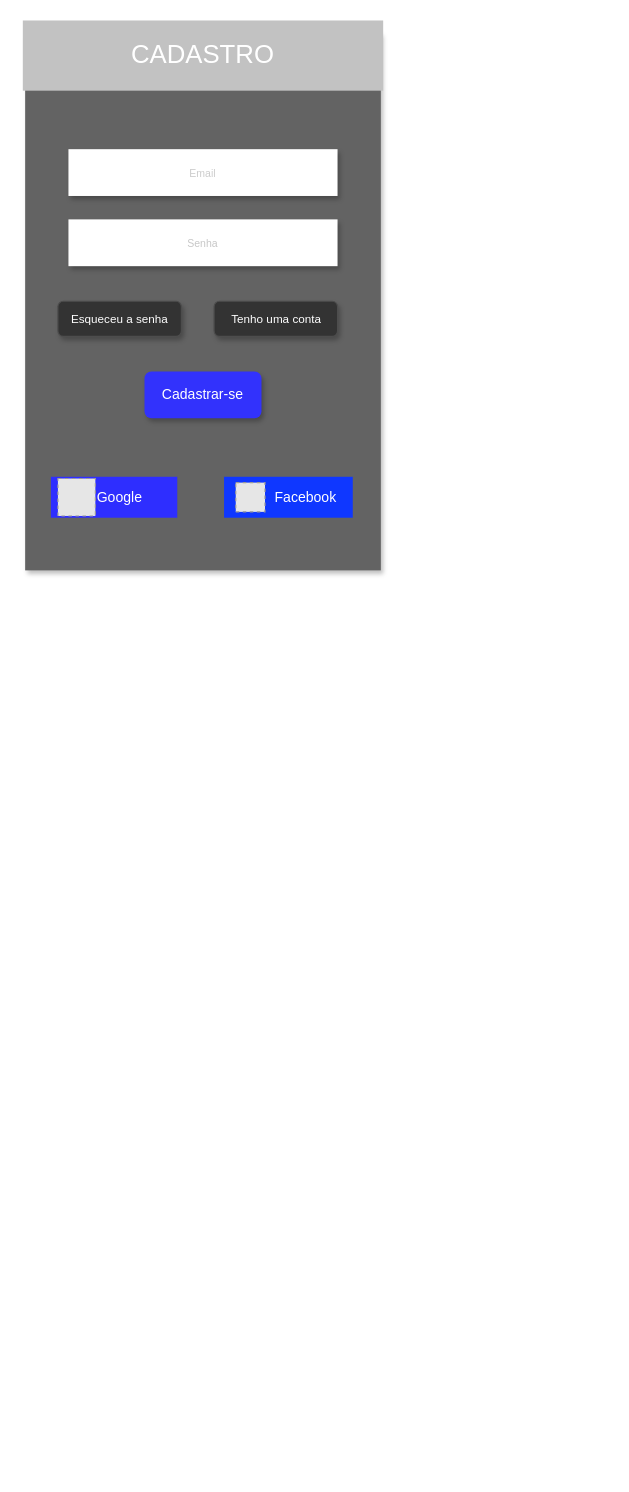
This is DOC/tela inicio.drawio from lucasmathiasbelini/projeto3, a draw.io file, before an edit. Source tidied: cells renumbered, new cells numbered last; positions are measured from the earlier drawing's top-left corner, leaving out a move shared by most shapes. Both pictures are drawn from the tidied source at 117%, with x=0, y=0 at pixel (22, 20). Pictures stored in the file or linked from it are replaced by grey dashed boxes.
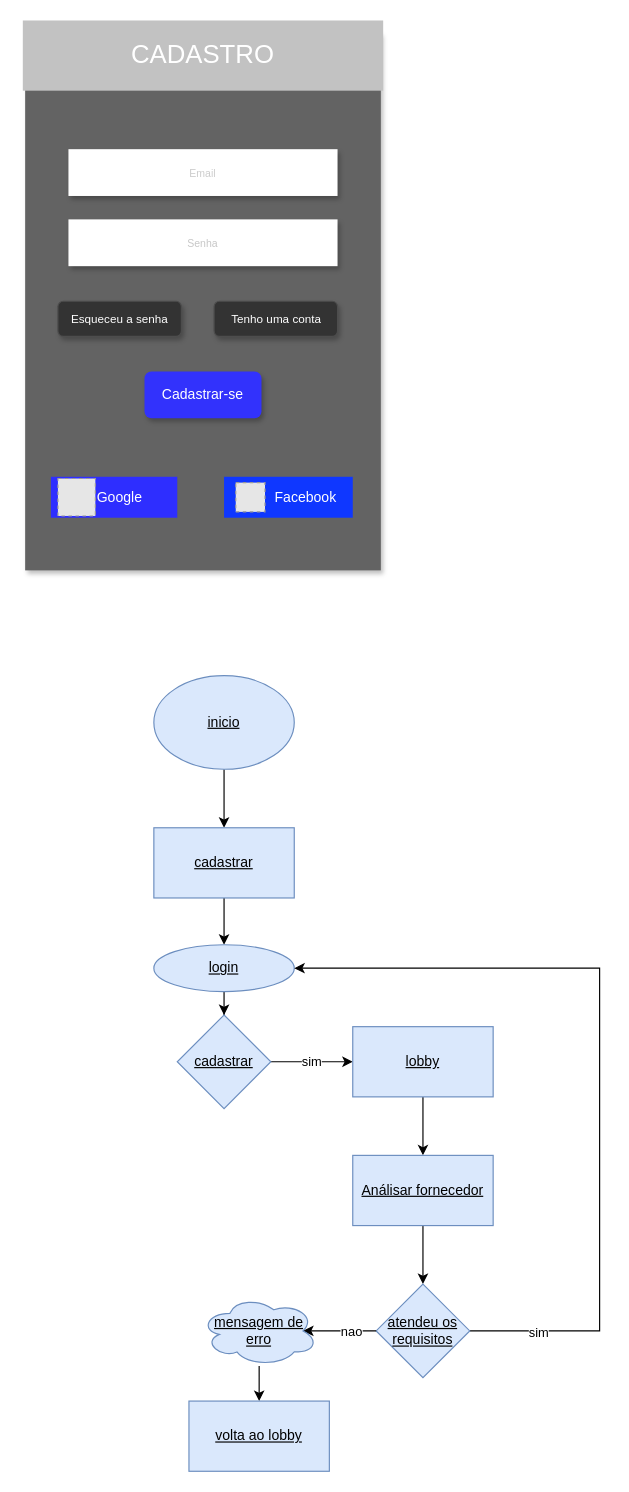
After the change.

Diff of the diagram source:
```diff
@@
+    <mxCell id="13" style="edgeStyle=orthogonalEdgeStyle;rounded=0;orthogonalLoop=1;jettySize=auto;html=1;" parent="1" edge="1">
+      <mxGeometry relative="1" as="geometry">
+        <mxPoint x="172" y="640" as="sourcePoint" />
+        <mxPoint x="172" y="690" as="targetPoint" />
+      </mxGeometry>
+    </mxCell>
+    <mxCell id="14" value="inicio" style="ellipse;whiteSpace=wrap;html=1;fillColor=#dae8fc;strokeColor=#6c8ebf;fontStyle=4;" parent="1" vertex="1">
+      <mxGeometry x="112" y="560" width="120" height="80" as="geometry" />
+    </mxCell>
+    <mxCell id="15" style="edgeStyle=orthogonalEdgeStyle;rounded=0;jettySize=auto;html=1;exitX=0.5;exitY=1;exitDx=0;exitDy=0;" parent="1" edge="1" source="16">
+      <mxGeometry relative="1" as="geometry">
+        <mxPoint x="172" y="790" as="targetPoint" />
+      </mxGeometry>
+    </mxCell>
+    <mxCell id="16" value="cadastrar" style="rounded=0;whiteSpace=wrap;html=1;fillColor=#dae8fc;strokeColor=#6c8ebf;fontStyle=4;" parent="1" vertex="1">
+      <mxGeometry x="112" y="690" width="120" height="60" as="geometry" />
+    </mxCell>
+    <mxCell id="17" style="edgeStyle=orthogonalEdgeStyle;rounded=0;jettySize=auto;html=1;" parent="1" edge="1" source="18" target="20">
+      <mxGeometry relative="1" as="geometry" />
+    </mxCell>
+    <mxCell id="18" value="login" style="ellipse;whiteSpace=wrap;html=1;fillColor=#dae8fc;strokeColor=#6c8ebf;fontStyle=4;" parent="1" vertex="1">
+      <mxGeometry x="112" y="790" width="120" height="40" as="geometry" />
+    </mxCell>
+    <mxCell id="19" value="sim" style="edgeStyle=orthogonalEdgeStyle;rounded=0;jettySize=auto;html=1;exitX=1;exitY=0.5;exitDx=0;exitDy=0;" parent="1" edge="1" source="20">
+      <mxGeometry relative="1" as="geometry">
+        <mxPoint x="282" y="890" as="targetPoint" />
+      </mxGeometry>
+    </mxCell>
+    <mxCell id="20" value="cadastrar" style="rhombus;whiteSpace=wrap;html=1;fillColor=#dae8fc;strokeColor=#6c8ebf;fontStyle=4;" parent="1" vertex="1">
+      <mxGeometry x="132" y="850" width="80" height="80" as="geometry" />
+    </mxCell>
+    <mxCell id="21" style="edgeStyle=orthogonalEdgeStyle;rounded=0;jettySize=auto;html=1;" parent="1" edge="1" source="22">
+      <mxGeometry relative="1" as="geometry">
+        <mxPoint x="342" y="970" as="targetPoint" />
+      </mxGeometry>
+    </mxCell>
+    <mxCell id="22" value="lobby" style="rounded=0;whiteSpace=wrap;html=1;fillColor=#dae8fc;strokeColor=#6c8ebf;fontStyle=4;" parent="1" vertex="1">
+      <mxGeometry x="282" y="860" width="120" height="60" as="geometry" />
+    </mxCell>
+    <mxCell id="23" style="edgeStyle=orthogonalEdgeStyle;rounded=0;jettySize=auto;html=1;" parent="1" edge="1" source="24">
+      <mxGeometry relative="1" as="geometry">
+        <mxPoint x="342" y="1080" as="targetPoint" />
+      </mxGeometry>
+    </mxCell>
+    <mxCell id="24" value="Análisar fornecedor" style="rounded=0;whiteSpace=wrap;html=1;fillColor=#dae8fc;strokeColor=#6c8ebf;fontStyle=4;" parent="1" vertex="1">
+      <mxGeometry x="282" y="970" width="120" height="60" as="geometry" />
+    </mxCell>
+    <mxCell id="25" style="edgeStyle=orthogonalEdgeStyle;rounded=0;jettySize=auto;html=1;entryX=1;entryY=0.5;entryDx=0;entryDy=0;" parent="1" edge="1" source="27" target="18">
+      <mxGeometry relative="1" as="geometry">
+        <Array as="points">
+          <mxPoint x="493" y="1120" />
+          <mxPoint x="493" y="810" />
+        </Array>
+      </mxGeometry>
+    </mxCell>
+    <mxCell id="26" value="sim" style="edgeLabel;html=1;align=center;verticalAlign=middle;" parent="25" vertex="1">
+      <mxGeometry x="-0.83" y="-1" relative="1" as="geometry" />
+    </mxCell>
+    <mxCell id="27" value="atendeu os requisitos" style="rhombus;whiteSpace=wrap;html=1;fillColor=#dae8fc;strokeColor=#6c8ebf;fontStyle=4;" parent="1" vertex="1">
+      <mxGeometry x="302" y="1080" width="80" height="80" as="geometry" />
+    </mxCell>
+    <mxCell id="28" style="edgeStyle=orthogonalEdgeStyle;rounded=0;jettySize=auto;html=1;exitX=0;exitY=0.5;exitDx=0;exitDy=0;entryX=0.875;entryY=0.5;entryDx=0;entryDy=0;entryPerimeter=0;" parent="1" edge="1" source="27">
+      <mxGeometry relative="1" as="geometry">
+        <mxPoint x="239.5" y="1120" as="targetPoint" />
+      </mxGeometry>
+    </mxCell>
+    <mxCell id="29" value="nao" style="edgeLabel;html=1;align=center;verticalAlign=middle;" parent="28" vertex="1">
+      <mxGeometry x="-0.3" relative="1" as="geometry" />
+    </mxCell>
+    <mxCell id="30" style="edgeStyle=orthogonalEdgeStyle;rounded=0;jettySize=auto;html=1;" parent="1" edge="1" source="31" target="32">
+      <mxGeometry relative="1" as="geometry" />
+    </mxCell>
+    <mxCell id="31" value="mensagem de erro" style="ellipse;shape=cloud;whiteSpace=wrap;html=1;align=center;fillColor=#dae8fc;strokeColor=#6c8ebf;fontStyle=4;" parent="1" vertex="1">
+      <mxGeometry x="152" y="1090" width="100" height="60" as="geometry" />
+    </mxCell>
+    <mxCell id="32" value="volta ao lobby" style="rounded=0;whiteSpace=wrap;html=1;fillColor=#dae8fc;strokeColor=#6c8ebf;fontStyle=4;" parent="1" vertex="1">
+      <mxGeometry x="142" y="1180" width="120" height="60" as="geometry" />
+    </mxCell>
```
